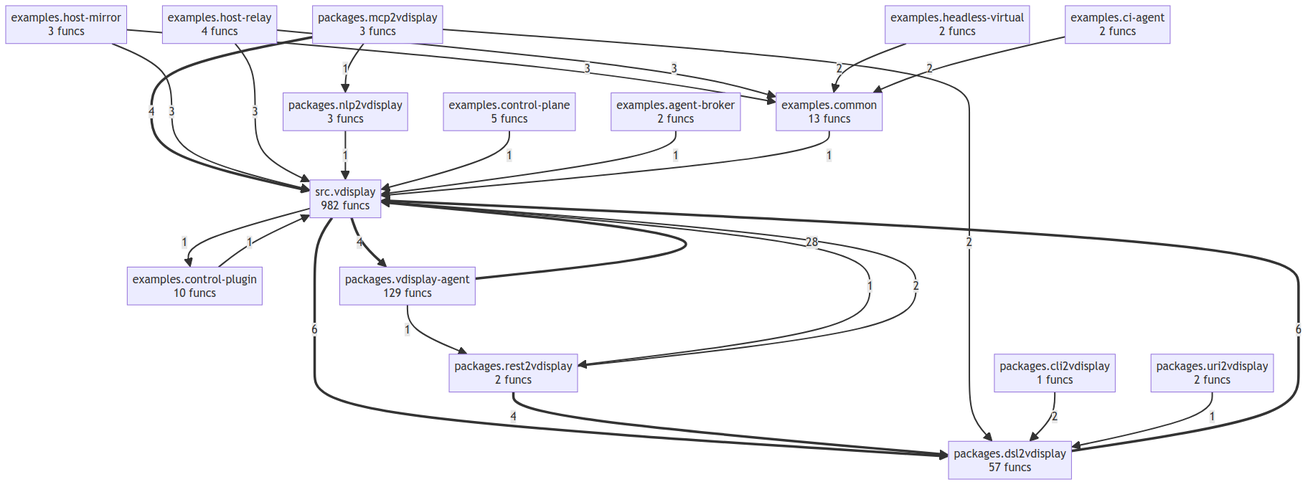
Earlier version of the Mermaid export project/compact_flow.png (wronai/vdisplay). Its source is kept beside it as project/compact_flow.mmd. Source of this version:
```mermaid
flowchart TD
    examples__agent_broker["examples.agent-broker<br/>2 funcs"]
    examples__ci_agent["examples.ci-agent<br/>2 funcs"]
    examples__common["examples.common<br/>13 funcs"]
    examples__control_plane["examples.control-plane<br/>5 funcs"]
    examples__control_plugin["examples.control-plugin<br/>10 funcs"]
    examples__headless_virtual["examples.headless-virtual<br/>2 funcs"]
    examples__host_mirror["examples.host-mirror<br/>3 funcs"]
    examples__host_relay["examples.host-relay<br/>4 funcs"]
    packages__cli2vdisplay["packages.cli2vdisplay<br/>1 funcs"]
    packages__dsl2vdisplay["packages.dsl2vdisplay<br/>57 funcs"]
    packages__mcp2vdisplay["packages.mcp2vdisplay<br/>3 funcs"]
    packages__nlp2vdisplay["packages.nlp2vdisplay<br/>3 funcs"]
    packages__rest2vdisplay["packages.rest2vdisplay<br/>2 funcs"]
    packages__uri2vdisplay["packages.uri2vdisplay<br/>2 funcs"]
    packages__vdisplay_agent["packages.vdisplay-agent<br/>129 funcs"]
    src__vdisplay["src.vdisplay<br/>982 funcs"]
    packages__vdisplay_agent ==>|28| src__vdisplay
    packages__dsl2vdisplay ==>|6| src__vdisplay
    src__vdisplay ==>|6| packages__dsl2vdisplay
    packages__mcp2vdisplay ==>|4| src__vdisplay
    packages__rest2vdisplay ==>|4| packages__dsl2vdisplay
    src__vdisplay ==>|4| packages__vdisplay_agent
    examples__host_mirror -->|3| src__vdisplay
    examples__host_mirror -->|3| examples__common
    examples__host_relay -->|3| src__vdisplay
    examples__host_relay -->|3| examples__common
    packages__mcp2vdisplay -->|2| packages__dsl2vdisplay
    packages__cli2vdisplay -->|2| packages__dsl2vdisplay
    packages__rest2vdisplay -->|2| src__vdisplay
    examples__headless_virtual -->|2| examples__common
    examples__ci_agent -->|2| examples__common
    packages__mcp2vdisplay -->|1| packages__nlp2vdisplay
    packages__uri2vdisplay -->|1| packages__dsl2vdisplay
    packages__nlp2vdisplay -->|1| src__vdisplay
    packages__vdisplay_agent -->|1| packages__rest2vdisplay
    examples__control_plugin -->|1| src__vdisplay
    examples__control_plane -->|1| src__vdisplay
    examples__agent_broker -->|1| src__vdisplay
    examples__common -->|1| src__vdisplay
    src__vdisplay -->|1| packages__rest2vdisplay
    src__vdisplay -->|1| examples__control_plugin
```
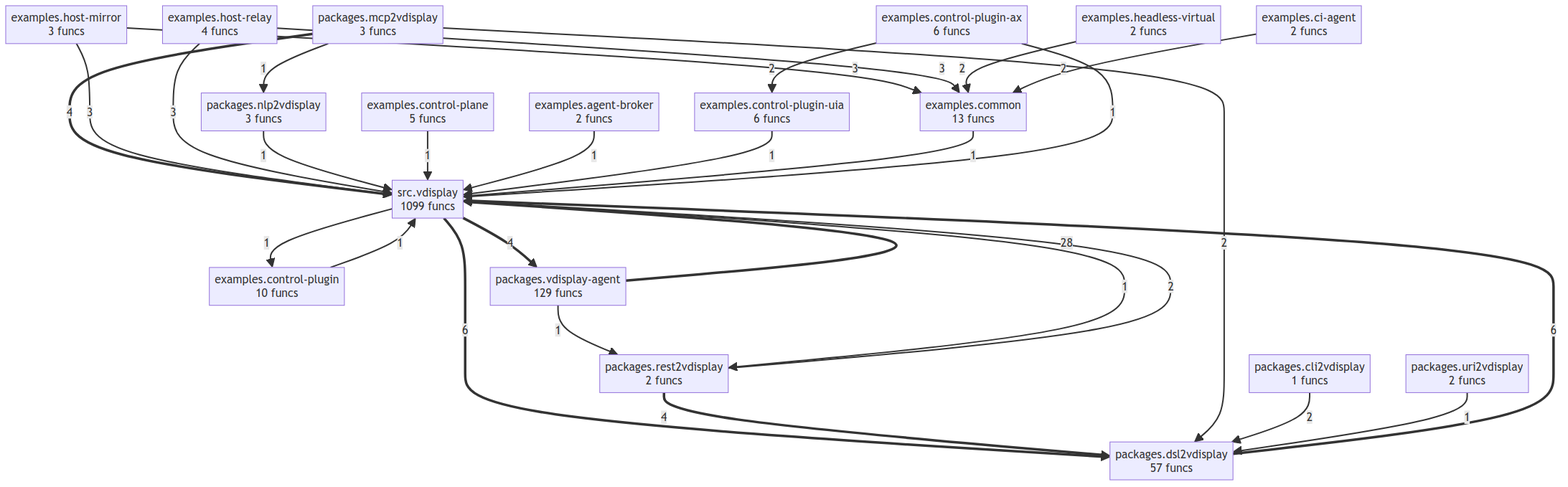
After the commit.

Change to the diagram source:
```diff
@@ -4,6 +4,8 @@
     examples__common["examples.common<br/>13 funcs"]
     examples__control_plane["examples.control-plane<br/>5 funcs"]
     examples__control_plugin["examples.control-plugin<br/>10 funcs"]
+    examples__control_plugin_ax["examples.control-plugin-ax<br/>6 funcs"]
+    examples__control_plugin_uia["examples.control-plugin-uia<br/>6 funcs"]
     examples__headless_virtual["examples.headless-virtual<br/>2 funcs"]
     examples__host_mirror["examples.host-mirror<br/>3 funcs"]
     examples__host_relay["examples.host-relay<br/>4 funcs"]
@@ -14,7 +16,7 @@
     packages__rest2vdisplay["packages.rest2vdisplay<br/>2 funcs"]
     packages__uri2vdisplay["packages.uri2vdisplay<br/>2 funcs"]
     packages__vdisplay_agent["packages.vdisplay-agent<br/>129 funcs"]
-    src__vdisplay["src.vdisplay<br/>982 funcs"]
+    src__vdisplay["src.vdisplay<br/>1099 funcs"]
     packages__vdisplay_agent ==>|28| src__vdisplay
     packages__dsl2vdisplay ==>|6| src__vdisplay
     src__vdisplay ==>|6| packages__dsl2vdisplay
@@ -30,6 +32,7 @@
     packages__rest2vdisplay -->|2| src__vdisplay
     examples__headless_virtual -->|2| examples__common
     examples__ci_agent -->|2| examples__common
+    examples__control_plugin_ax -->|2| examples__control_plugin_uia
     packages__mcp2vdisplay -->|1| packages__nlp2vdisplay
     packages__uri2vdisplay -->|1| packages__dsl2vdisplay
     packages__nlp2vdisplay -->|1| src__vdisplay
@@ -37,6 +40,8 @@
     examples__control_plugin -->|1| src__vdisplay
     examples__control_plane -->|1| src__vdisplay
     examples__agent_broker -->|1| src__vdisplay
+    examples__control_plugin_uia -->|1| src__vdisplay
     examples__common -->|1| src__vdisplay
+    examples__control_plugin_ax -->|1| src__vdisplay
     src__vdisplay -->|1| packages__rest2vdisplay
     src__vdisplay -->|1| examples__control_plugin
```
